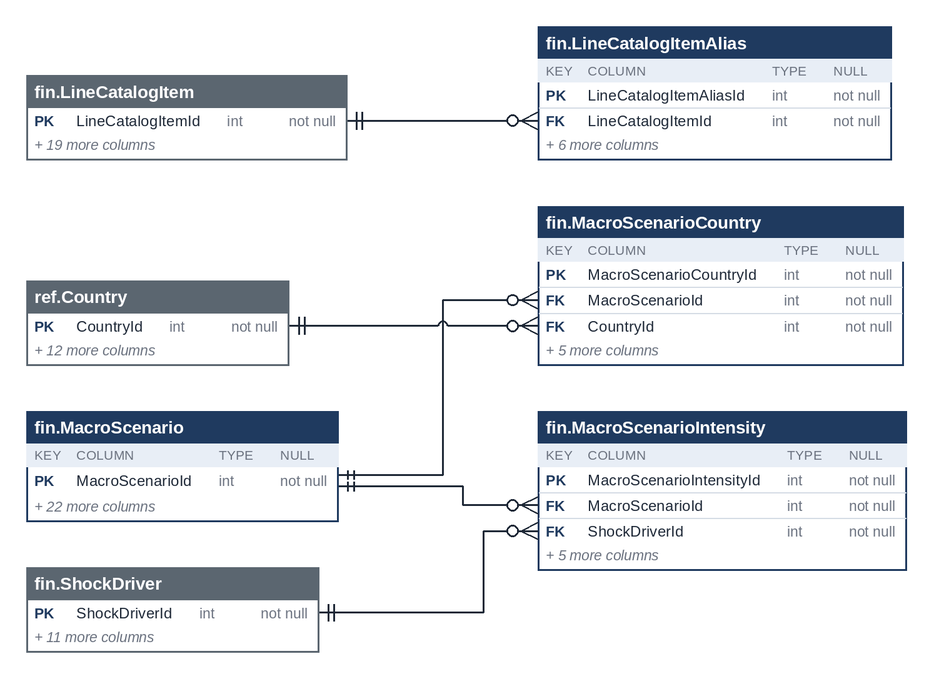
The Mermaid diagram treasury-platform/docs/diagrams/erd-en/m5_financials_13.png in thawrasy/smartlines, before a commit. Its source is kept beside it as treasury-platform/docs/diagrams/erd/m5_financials_13.mmd.
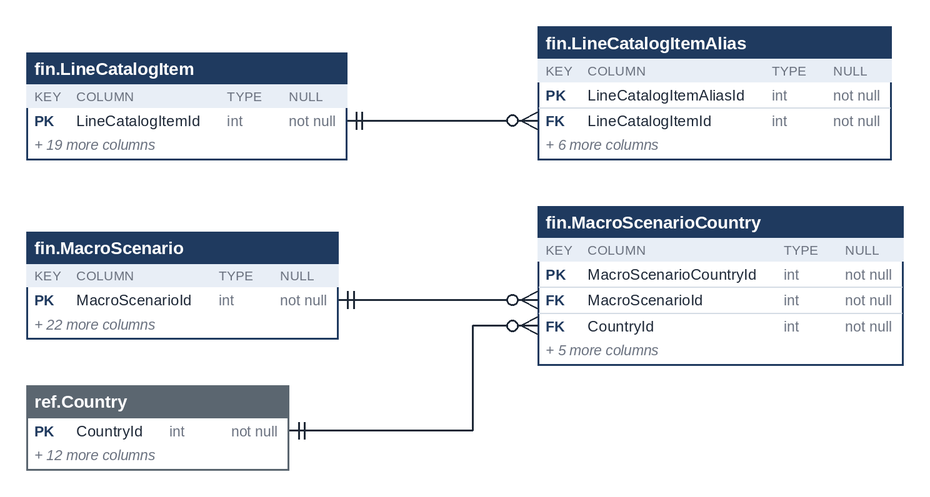
After the change.

What changed in the source:
```diff
@@ -1,4 +1,7 @@
 erDiagram
+  fin_StandardLineTotal["fin.StandardLineTotal"] {
+    int StandardLineTotalId PK
+  }
   fin_StatementLine["fin.StatementLine"] {
     bigint StatementLineId PK
     bigint StatementId FK
@@ -12,9 +15,3 @@
   fin_StrengtheningPlan["fin.StrengtheningPlan"] {
     int StrengtheningPlanId PK
   }
-  fin_StrengtheningPlanMember["fin.StrengtheningPlanMember"] {
-    int StrengtheningPlanMemberId PK
-    int PlanId FK
-    int RemedyId FK
-  }
-  fin_StrengtheningPlan ||--o{ fin_StrengtheningPlanMember : "PlanId"
```
